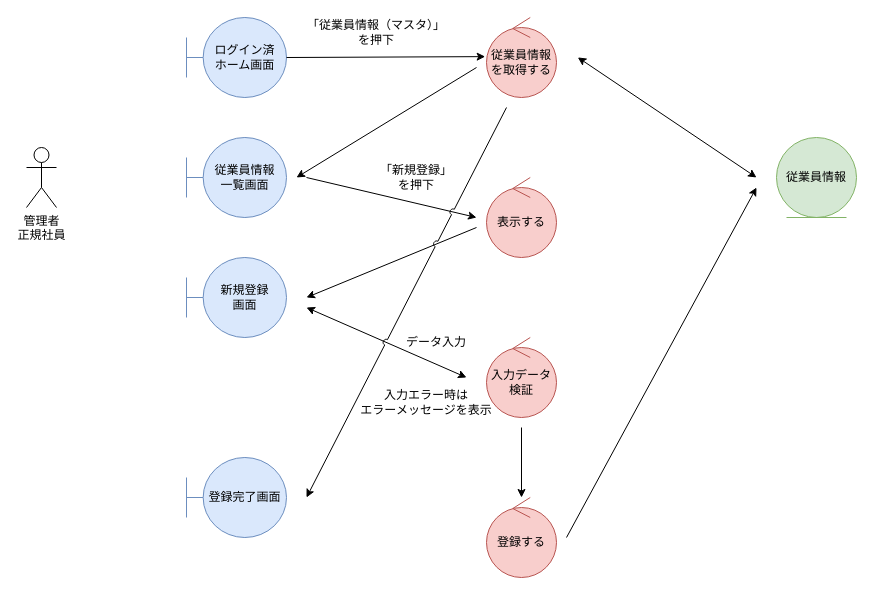
HaruShim/Sotuken keeps this draw.io diagram as page "*従業員情報管理_登録" (7 of 19) of 各種設計書/3ロバストネス図/人事管理/従業員情報管理.drawio. Above is the earlier version. Source tidied: cells renumbered, new cells numbered last; positions are measured from the earlier drawing's top-left corner, leaving out a move shared by most shapes. Both pictures are drawn from the tidied source at 100%, with x=0, y=0 at pixel (26, 17).
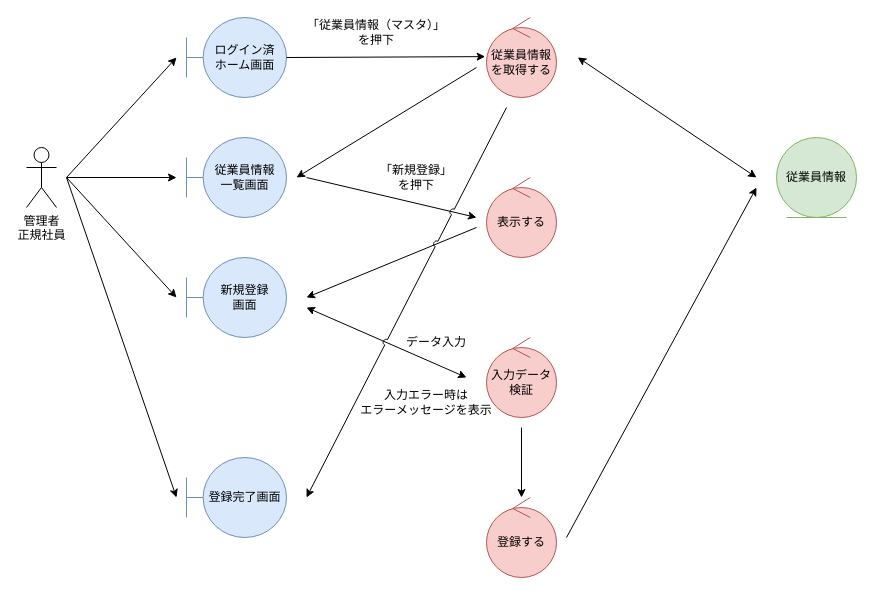
After the change.

Change to the diagram source:
```diff
@@
+    <mxCell id="25" style="endArrow=classic;html=1;rounded=0;" parent="1" edge="1">
+      <mxGeometry relative="1" as="geometry">
+        <mxPoint x="40" y="160" as="sourcePoint" />
+        <mxPoint x="150" y="40" as="targetPoint" />
+      </mxGeometry>
+    </mxCell>
+    <mxCell id="26" style="endArrow=classic;html=1;rounded=0;" parent="1" edge="1">
+      <mxGeometry relative="1" as="geometry">
+        <mxPoint x="40" y="160" as="sourcePoint" />
+        <mxPoint x="150" y="160" as="targetPoint" />
+      </mxGeometry>
+    </mxCell>
+    <mxCell id="27" style="endArrow=classic;html=1;rounded=0;" parent="1" edge="1">
+      <mxGeometry relative="1" as="geometry">
+        <mxPoint x="40" y="160" as="sourcePoint" />
+        <mxPoint x="150" y="280" as="targetPoint" />
+      </mxGeometry>
+    </mxCell>
+    <mxCell id="28" style="endArrow=classic;html=1;rounded=0;" parent="1" edge="1">
+      <mxGeometry relative="1" as="geometry">
+        <mxPoint x="40" y="160" as="sourcePoint" />
+        <mxPoint x="150" y="480" as="targetPoint" />
+      </mxGeometry>
+    </mxCell>
```
